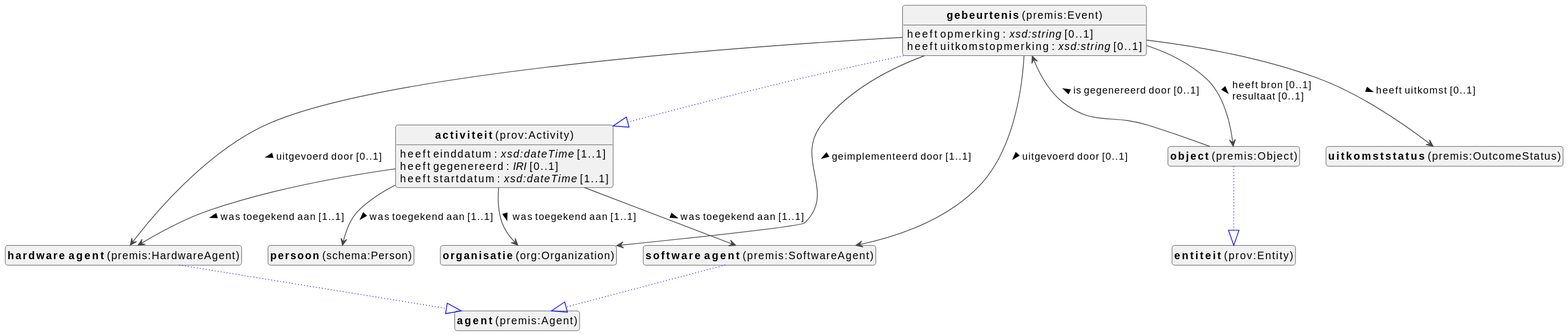
This is docs/metadata/knowledge-graph/0.0.1/events/nl/events-diagram.svg from viaacode/documentation-jekyll, a PlantUML export, as it was before one commit.
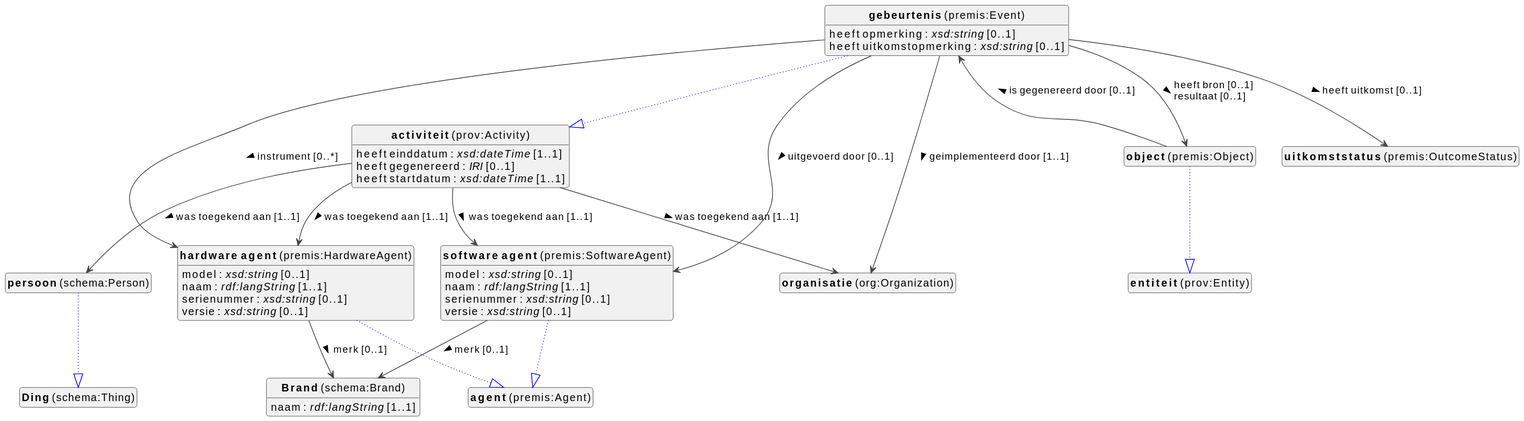
After the commit.

The edit, as a diff of the source:
```diff
@@ -10,6 +10,7 @@
 top to bottom direction
 
 
+class "<b>Brand</b> (schema:Brand)" as schema_Brand [[#schema%3ABrand]]
 class "<b>activiteit</b> (prov:Activity)" as prov_Activity [[#prov%3AActivity]]
 class "<b>gebeurtenis</b> (premis:Event)" as premis_Event [[#premis%3AEvent]]
 class "<b>activiteit</b> (prov:Activity)" as prov_Activity [[#prov%3AActivity]]
@@ -19,9 +20,14 @@
 class "<b>entiteit</b> (prov:Entity)" as prov_Entity [[#prov%3AEntity]]
 class "<b>organisatie</b> (org:Organization)" as org_Organization [[../../organization/nl#org%3AOrganization]]
 class "<b>persoon</b> (schema:Person)" as schema_Person [[../../organization/nl#schema%3APerson]]
+class "<b>Ding</b> (schema:Thing)" as schema_Thing [[#schema%3AThing]]
 class "<b>software agent</b> (premis:SoftwareAgent)" as premis_SoftwareAgent [[#premis%3ASoftwareAgent]]
 class "<b>agent</b> (premis:Agent)" as premis_Agent [[#premis%3AAgent]]
 class "<b>uitkomststatus</b> (premis:OutcomeStatus)" as premis_OutcomeStatus [[#premis%3AOutcomeStatus]]
+
+
+schema_Brand : naam : <i>rdf:langString</i> [1..1]
+
 
 
 prov_Activity : heeft einddatum : <i>xsd:dateTime</i> [1..1]
@@ -39,13 +45,20 @@
 premis_Event : heeft opmerking : <i>xsd:string</i> [0..1]
 premis_Event : heeft uitkomstopmerking : <i>xsd:string</i> [0..1]
 premis_Event --> org_Organization :geimplementeerd door [1..1]  >
-premis_Event --> premis_HardwareAgent :uitgevoerd door [0..1]  >
+premis_Event --> premis_HardwareAgent :instrument [0..*]  >
 premis_Event --> premis_Object :heeft bron [0..1]  \lresultaat [0..1]  >
 premis_Event --> premis_OutcomeStatus :heeft uitkomst [0..1]  >
 premis_Event --> premis_SoftwareAgent :uitgevoerd door [0..1]  >
 
 
 premis_HardwareAgent --|> premis_Agent #blue;line.dotted;text:blue
+
+premis_HardwareAgent : model : <i>xsd:string</i> [0..1]
+premis_HardwareAgent : naam : <i>rdf:langString</i> [1..1]
+premis_HardwareAgent : serienummer : <i>xsd:string</i> [0..1]
+premis_HardwareAgent : versie : <i>xsd:string</i> [0..1]
+
+premis_HardwareAgent --> schema_Brand :merk [0..1]  >
 
 
 premis_Object --|> prov_Entity #blue;line.dotted;text:blue
@@ -54,9 +67,17 @@
 
 
 
+schema_Person --|> schema_Thing #blue;line.dotted;text:blue
 
 
 premis_SoftwareAgent --|> premis_Agent #blue;line.dotted;text:blue
+
+premis_SoftwareAgent : model : <i>xsd:string</i> [0..1]
+premis_SoftwareAgent : naam : <i>rdf:langString</i> [1..1]
+premis_SoftwareAgent : serienummer : <i>xsd:string</i> [0..1]
+premis_SoftwareAgent : versie : <i>xsd:string</i> [0..1]
+
+premis_SoftwareAgent --> schema_Brand :merk [0..1]  >
 
 
 
```
